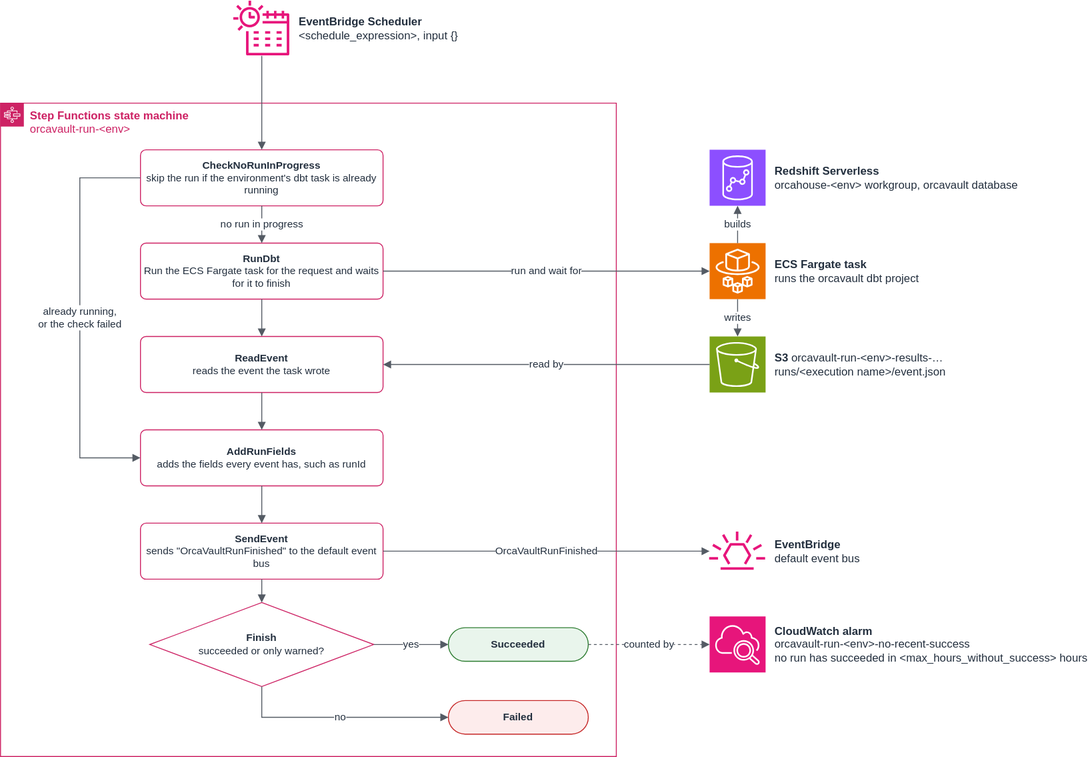
Earlier version of the draw.io export infra/orcavault-run/docs/orcavault-run.drawio.svg (umccr/orcahouse). Source tidied: cells renumbered, new cells last; positions are measured from the earlier drawing's top-left corner, leaving out a move shared by most shapes.
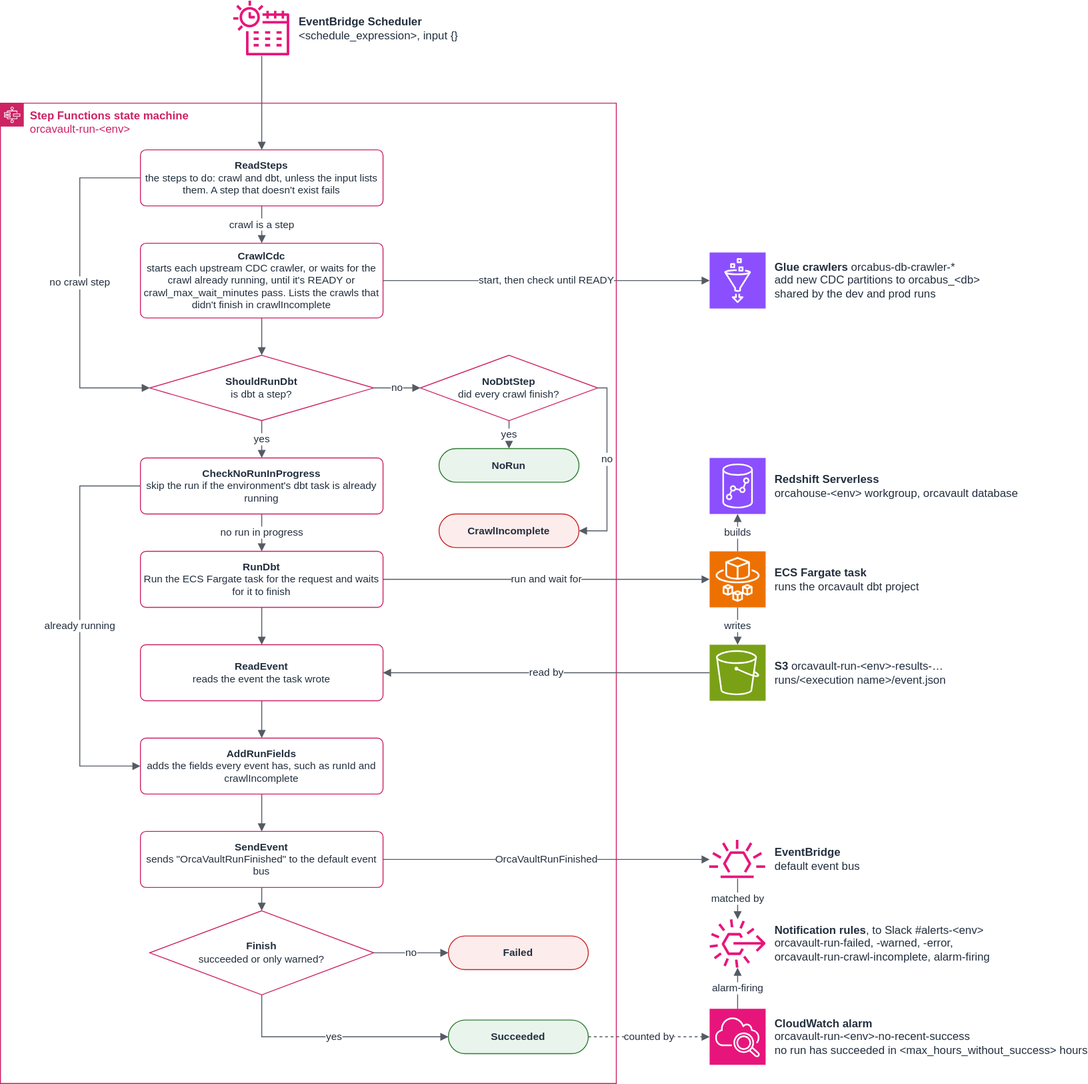
After the commit.

Commit message:
refactor: rename the incomplete crawls to crawl-incomplete and update the run diagram

What changed in the source:
```diff
@@ -3,43 +3,92 @@
     <mxCell id="0" />
     <mxCell id="1" parent="0" />
     <mxCell id="2" value="&lt;b&gt;EventBridge Scheduler&lt;/b&gt;&lt;br&gt;&amp;lt;schedule_expression&amp;gt;, input {}" style="sketch=0;outlineConnect=0;fontColor=#232F3E;gradientColor=none;fillColor=#E7157B;strokeColor=none;dashed=0;labelPosition=right;verticalLabelPosition=middle;align=left;verticalAlign=middle;spacingLeft=8;html=1;fontSize=12;fontStyle=0;shape=mxgraph.aws4.eventbridge_scheduler;" parent="1" vertex="1">
-      <mxGeometry x="250" width="60" height="60" as="geometry" />
+      <mxGeometry x="250" y="-330" width="60" height="60" as="geometry" />
     </mxCell>
     <mxCell id="3" value="&lt;b&gt;Step Functions state machine&lt;/b&gt;&lt;br&gt;orcavault-run-&amp;lt;env&amp;gt;" style="gradientColor=none;html=1;whiteSpace=wrap;fontSize=12;fontStyle=0;shape=mxgraph.aws4.group;grIcon=mxgraph.aws4.group_aws_step_functions_workflow;strokeColor=#CD2264;fillColor=none;verticalAlign=top;align=left;spacingLeft=30;fontColor=#CD2264;dashed=0;" parent="1" vertex="1">
-      <mxGeometry y="110" width="660" height="700" as="geometry" />
+      <mxGeometry y="-220" width="660" height="1050" as="geometry" />
     </mxCell>
+    <mxCell id="32" value="&lt;b&gt;ReadSteps&lt;/b&gt;&lt;br&gt;the steps to do: crawl and dbt, unless the input lists them. A step that doesn't exist fails" style="rounded=1;whiteSpace=wrap;html=1;arcSize=10;fillColor=#FFFFFF;strokeColor=#CD2264;fontColor=#232F3E;fontSize=11;" parent="3" vertex="1">
+      <mxGeometry x="150" y="50" width="260" height="60" as="geometry" />
+    </mxCell>
+    <mxCell id="33" value="&lt;b&gt;CrawlCdc&lt;/b&gt;&lt;br&gt;starts each upstream CDC crawler, or waits for the crawl already running, until it's READY or crawl_max_wait_minutes pass. Lists the crawls that didn't finish in crawlIncomplete" style="rounded=1;whiteSpace=wrap;html=1;arcSize=10;fillColor=#FFFFFF;strokeColor=#CD2264;fontColor=#232F3E;fontSize=11;" parent="3" vertex="1">
+      <mxGeometry x="150" y="150" width="260" height="80" as="geometry" />
+    </mxCell>
+    <mxCell id="34" value="&lt;b&gt;ShouldRunDbt&lt;/b&gt;&lt;br&gt;is dbt a step?" style="rhombus;whiteSpace=wrap;html=1;fillColor=#FFFFFF;strokeColor=#CD2264;fontColor=#232F3E;fontSize=11;" parent="3" vertex="1">
+      <mxGeometry x="160" y="270" width="240" height="70" as="geometry" />
+    </mxCell>
+    <mxCell id="35" value="&lt;b&gt;NoDbtStep&lt;/b&gt;&lt;br&gt;did every crawl finish?" style="rhombus;whiteSpace=wrap;html=1;fillColor=#FFFFFF;strokeColor=#CD2264;fontColor=#232F3E;fontSize=11;" parent="3" vertex="1">
+      <mxGeometry x="450" y="270" width="190" height="70" as="geometry" />
+    </mxCell>
+    <mxCell id="36" value="NoRun" style="rounded=1;arcSize=50;whiteSpace=wrap;html=1;fillColor=#E9F5EC;strokeColor=#2E7D32;fontColor=#232F3E;fontSize=11;fontStyle=1;" parent="3" vertex="1">
+      <mxGeometry x="470" y="370" width="150" height="36" as="geometry" />
+    </mxCell>
+    <mxCell id="37" value="CrawlIncomplete" style="rounded=1;arcSize=50;whiteSpace=wrap;html=1;fillColor=#FDECEC;strokeColor=#C62828;fontColor=#232F3E;fontSize=11;fontStyle=1;" parent="3" vertex="1">
+      <mxGeometry x="470" y="440" width="150" height="36" as="geometry" />
+    </mxCell>
     <mxCell id="4" value="&lt;b&gt;CheckNoRunInProgress&lt;/b&gt;&lt;br&gt;skip the run if the environment's dbt task is already running" style="rounded=1;whiteSpace=wrap;html=1;arcSize=10;fillColor=#FFFFFF;strokeColor=#CD2264;fontColor=#232F3E;fontSize=11;" parent="3" vertex="1">
-      <mxGeometry x="150" y="50" width="260" height="60" as="geometry" />
+      <mxGeometry x="150" y="380" width="260" height="60" as="geometry" />
     </mxCell>
     <mxCell id="5" value="&lt;b&gt;RunDbt&lt;/b&gt;&lt;br&gt;Run the ECS Fargate task for the request and waits for it to finish" style="rounded=1;whiteSpace=wrap;html=1;arcSize=10;fillColor=#FFFFFF;strokeColor=#CD2264;fontColor=#232F3E;fontSize=11;" parent="3" vertex="1">
-      <mxGeometry x="150" y="150" width="260" height="60" as="geometry" />
+      <mxGeometry x="150" y="480" width="260" height="60" as="geometry" />
     </mxCell>
     <mxCell id="6" value="&lt;b&gt;ReadEvent&lt;/b&gt;&lt;br&gt;reads the event the task wrote" style="rounded=1;whiteSpace=wrap;html=1;arcSize=10;fillColor=#FFFFFF;strokeColor=#CD2264;fontColor=#232F3E;fontSize=11;" parent="3" vertex="1">
-      <mxGeometry x="150" y="250" width="260" height="60" as="geometry" />
+      <mxGeometry x="150" y="580" width="260" height="60" as="geometry" />
     </mxCell>
-    <mxCell id="7" value="&lt;b&gt;AddRunFields&lt;/b&gt;&lt;br&gt;adds the fields every event has, such as runId" style="rounded=1;whiteSpace=wrap;html=1;arcSize=10;fillColor=#FFFFFF;strokeColor=#CD2264;fontColor=#232F3E;fontSize=11;" parent="3" vertex="1">
-      <mxGeometry x="150" y="350" width="260" height="60" as="geometry" />
+    <mxCell id="7" value="&lt;b&gt;AddRunFields&lt;/b&gt;&lt;br&gt;adds the fields every event has, such as runId and crawlIncomplete" style="rounded=1;whiteSpace=wrap;html=1;arcSize=10;fillColor=#FFFFFF;strokeColor=#CD2264;fontColor=#232F3E;fontSize=11;" parent="3" vertex="1">
+      <mxGeometry x="150" y="680" width="260" height="60" as="geometry" />
     </mxCell>
     <mxCell id="8" value="&lt;b&gt;SendEvent&lt;/b&gt;&lt;br&gt;sends &quot;OrcaVaultRunFinished&quot; to the default event bus" style="rounded=1;whiteSpace=wrap;html=1;arcSize=10;fillColor=#FFFFFF;strokeColor=#CD2264;fontColor=#232F3E;fontSize=11;" parent="3" vertex="1">
-      <mxGeometry x="150" y="450" width="260" height="60" as="geometry" />
+      <mxGeometry x="150" y="780" width="260" height="60" as="geometry" />
     </mxCell>
     <mxCell id="9" value="&lt;b&gt;Finish&lt;/b&gt;&lt;br&gt;succeeded or only warned?" style="rhombus;whiteSpace=wrap;html=1;fillColor=#FFFFFF;strokeColor=#CD2264;fontColor=#232F3E;fontSize=11;" parent="3" vertex="1">
-      <mxGeometry x="160" y="535" width="240" height="90" as="geometry" />
+      <mxGeometry x="160" y="865" width="240" height="90" as="geometry" />
     </mxCell>
     <mxCell id="10" value="Succeeded" style="rounded=1;arcSize=50;whiteSpace=wrap;html=1;fillColor=#E9F5EC;strokeColor=#2E7D32;fontColor=#232F3E;fontSize=11;fontStyle=1;" parent="3" vertex="1">
-      <mxGeometry x="480" y="562" width="150" height="36" as="geometry" />
+      <mxGeometry x="480" y="982" width="150" height="36" as="geometry" />
     </mxCell>
     <mxCell id="11" value="Failed" style="rounded=1;arcSize=50;whiteSpace=wrap;html=1;fillColor=#FDECEC;strokeColor=#C62828;fontColor=#232F3E;fontSize=11;fontStyle=1;" parent="3" vertex="1">
-      <mxGeometry x="480" y="640" width="150" height="36" as="geometry" />
+      <mxGeometry x="480" y="892" width="150" height="36" as="geometry" />
     </mxCell>
+    <mxCell id="38" value="crawl is a step" style="edgeStyle=orthogonalEdgeStyle;rounded=0;html=1;endArrow=block;endFill=1;strokeColor=#545B64;fontColor=#232F3E;fontSize=11;labelBackgroundColor=#FFFFFF;exitX=0.5;exitY=1;entryX=0.5;entryY=0;" parent="3" edge="1" source="32" target="33">
+      <mxGeometry relative="1" as="geometry" />
+    </mxCell>
+    <mxCell id="39" value="no crawl step" style="edgeStyle=orthogonalEdgeStyle;rounded=0;html=1;endArrow=block;endFill=1;strokeColor=#545B64;fontColor=#232F3E;fontSize=11;labelBackgroundColor=#FFFFFF;exitX=0;exitY=0.5;entryX=0;entryY=0.5;" parent="3" edge="1" source="32" target="34">
+      <mxGeometry relative="1" as="geometry">
+        <Array as="points">
+          <mxPoint x="85" y="80" />
+          <mxPoint x="85" y="305" />
+        </Array>
+      </mxGeometry>
+    </mxCell>
+    <mxCell id="40" style="edgeStyle=orthogonalEdgeStyle;rounded=0;html=1;endArrow=block;endFill=1;strokeColor=#545B64;fontColor=#232F3E;fontSize=11;labelBackgroundColor=#FFFFFF;exitX=0.5;exitY=1;entryX=0.5;entryY=0;" parent="3" edge="1" source="33" target="34">
+      <mxGeometry relative="1" as="geometry" />
+    </mxCell>
+    <mxCell id="41" value="yes" style="edgeStyle=orthogonalEdgeStyle;rounded=0;html=1;endArrow=block;endFill=1;strokeColor=#545B64;fontColor=#232F3E;fontSize=11;labelBackgroundColor=#FFFFFF;exitX=0.5;exitY=1;entryX=0.5;entryY=0;" parent="3" edge="1" source="34" target="4">
+      <mxGeometry relative="1" as="geometry" />
+    </mxCell>
+    <mxCell id="42" value="no" style="edgeStyle=orthogonalEdgeStyle;rounded=0;html=1;endArrow=block;endFill=1;strokeColor=#545B64;fontColor=#232F3E;fontSize=11;labelBackgroundColor=#FFFFFF;exitX=1;exitY=0.5;entryX=0;entryY=0.5;" parent="3" edge="1" source="34" target="35">
+      <mxGeometry relative="1" as="geometry" />
+    </mxCell>
+    <mxCell id="43" value="yes" style="edgeStyle=orthogonalEdgeStyle;rounded=0;html=1;endArrow=block;endFill=1;strokeColor=#545B64;fontColor=#232F3E;fontSize=11;labelBackgroundColor=#FFFFFF;exitX=0.5;exitY=1;entryX=0.5;entryY=0;" parent="3" edge="1" source="35" target="36">
+      <mxGeometry relative="1" as="geometry" />
+    </mxCell>
+    <mxCell id="44" value="no" style="edgeStyle=orthogonalEdgeStyle;rounded=0;html=1;endArrow=block;endFill=1;strokeColor=#545B64;fontColor=#232F3E;fontSize=11;labelBackgroundColor=#FFFFFF;exitX=1;exitY=0.5;entryX=1;entryY=0.5;" parent="3" edge="1" source="35" target="37">
+      <mxGeometry relative="1" as="geometry">
+        <Array as="points">
+          <mxPoint x="650" y="305" />
+          <mxPoint x="650" y="458" />
+        </Array>
+      </mxGeometry>
+    </mxCell>
     <mxCell id="12" value="no run in progress" style="edgeStyle=orthogonalEdgeStyle;rounded=0;html=1;endArrow=block;endFill=1;strokeColor=#545B64;fontColor=#232F3E;fontSize=11;labelBackgroundColor=#FFFFFF;exitX=0.5;exitY=1;entryX=0.5;entryY=0;" parent="3" edge="1" source="4" target="5">
       <mxGeometry relative="1" as="geometry" />
     </mxCell>
-    <mxCell id="13" value="already running,&lt;br&gt;or the check failed" style="edgeStyle=orthogonalEdgeStyle;rounded=0;html=1;endArrow=block;endFill=1;strokeColor=#545B64;fontColor=#232F3E;fontSize=11;labelBackgroundColor=#FFFFFF;exitX=0;exitY=0.5;entryX=0;entryY=0.5;" parent="3" edge="1" source="4" target="7">
+    <mxCell id="13" value="already running" style="edgeStyle=orthogonalEdgeStyle;rounded=0;html=1;endArrow=block;endFill=1;strokeColor=#545B64;fontColor=#232F3E;fontSize=11;labelBackgroundColor=#FFFFFF;exitX=0;exitY=0.5;entryX=0;entryY=0.5;" parent="3" edge="1" source="4" target="7">
       <mxGeometry relative="1" as="geometry">
         <Array as="points">
-          <mxPoint x="85" y="80" />
-          <mxPoint x="85" y="380" />
+          <mxPoint x="85" y="410" />
+          <mxPoint x="85" y="710" />
         </Array>
       </mxGeometry>
     </mxCell>
@@ -55,12 +104,15 @@
     <mxCell id="17" style="edgeStyle=orthogonalEdgeStyle;rounded=0;html=1;endArrow=block;endFill=1;strokeColor=#545B64;fontColor=#232F3E;fontSize=11;labelBackgroundColor=#FFFFFF;exitX=0.5;exitY=1;entryX=0.5;entryY=0;" parent="3" edge="1" source="8" target="9">
       <mxGeometry relative="1" as="geometry" />
     </mxCell>
-    <mxCell id="18" value="yes" style="edgeStyle=orthogonalEdgeStyle;rounded=0;html=1;endArrow=block;endFill=1;strokeColor=#545B64;fontColor=#232F3E;fontSize=11;labelBackgroundColor=#FFFFFF;exitX=1;exitY=0.5;entryX=0;entryY=0.5;" parent="3" edge="1" source="9" target="10">
+    <mxCell id="18" value="yes" style="edgeStyle=orthogonalEdgeStyle;rounded=0;html=1;endArrow=block;endFill=1;strokeColor=#545B64;fontColor=#232F3E;fontSize=11;labelBackgroundColor=#FFFFFF;exitX=0.5;exitY=1;entryX=0;entryY=0.5;" parent="3" edge="1" source="9" target="10">
       <mxGeometry relative="1" as="geometry" />
     </mxCell>
-    <mxCell id="19" value="no" style="edgeStyle=orthogonalEdgeStyle;rounded=0;html=1;endArrow=block;endFill=1;strokeColor=#545B64;fontColor=#232F3E;fontSize=11;labelBackgroundColor=#FFFFFF;exitX=0.5;exitY=1;entryX=0;entryY=0.5;" parent="3" edge="1" source="9" target="11">
+    <mxCell id="19" value="no" style="edgeStyle=orthogonalEdgeStyle;rounded=0;html=1;endArrow=block;endFill=1;strokeColor=#545B64;fontColor=#232F3E;fontSize=11;labelBackgroundColor=#FFFFFF;exitX=1;exitY=0.5;entryX=0;entryY=0.5;" parent="3" edge="1" source="9" target="11">
       <mxGeometry relative="1" as="geometry" />
     </mxCell>
+    <mxCell id="45" value="&lt;b&gt;Glue crawlers&lt;/b&gt; orcabus-db-crawler-*&lt;br&gt;add new CDC partitions to orcabus_&amp;lt;db&amp;gt;&lt;br&gt;shared by the dev and prod runs" style="sketch=0;outlineConnect=0;fontColor=#232F3E;fillColor=#8C4FFF;strokeColor=#ffffff;dashed=0;labelPosition=right;verticalLabelPosition=middle;align=left;verticalAlign=middle;spacingLeft=8;html=1;fontSize=12;fontStyle=0;shape=mxgraph.aws4.resourceIcon;resIcon=mxgraph.aws4.glue;" parent="1" vertex="1">
+      <mxGeometry x="760" y="-60" width="60" height="60" as="geometry" />
+    </mxCell>
     <mxCell id="20" value="&lt;b&gt;Redshift Serverless&lt;/b&gt;&lt;br&gt;orcahouse-&amp;lt;env&amp;gt; workgroup, orcavault database" style="sketch=0;outlineConnect=0;fontColor=#232F3E;fillColor=#8C4FFF;strokeColor=#ffffff;dashed=0;labelPosition=right;verticalLabelPosition=middle;align=left;verticalAlign=middle;spacingLeft=8;html=1;fontSize=12;fontStyle=0;shape=mxgraph.aws4.resourceIcon;resIcon=mxgraph.aws4.redshift;" parent="1" vertex="1">
       <mxGeometry x="760" y="160" width="60" height="60" as="geometry" />
     </mxCell>
@@ -73,12 +125,18 @@
     <mxCell id="23" value="&lt;b&gt;EventBridge&lt;/b&gt;&lt;br&gt;default event bus" style="sketch=0;outlineConnect=0;fontColor=#232F3E;gradientColor=none;fillColor=#E7157B;strokeColor=none;dashed=0;labelPosition=right;verticalLabelPosition=middle;align=left;verticalAlign=middle;spacingLeft=8;html=1;fontSize=12;fontStyle=0;shape=mxgraph.aws4.eventbridge_default_event_bus_resource;" parent="1" vertex="1">
       <mxGeometry x="760" y="569.5" width="60" height="41" as="geometry" />
     </mxCell>
+    <mxCell id="46" value="&lt;b&gt;Notification rules&lt;/b&gt;, to Slack #alerts-&amp;lt;env&amp;gt;&lt;br&gt;orcavault-run-failed, -warned, -error,&lt;br&gt;orcavault-run-crawl-incomplete, alarm-firing" style="sketch=0;outlineConnect=0;fontColor=#232F3E;gradientColor=none;fillColor=#E7157B;strokeColor=none;dashed=0;labelPosition=right;verticalLabelPosition=middle;align=left;verticalAlign=middle;spacingLeft=8;html=1;fontSize=12;fontStyle=0;shape=mxgraph.aws4.rule_3;" parent="1" vertex="1">
+      <mxGeometry x="760" y="654" width="60" height="52" as="geometry" />
+    </mxCell>
     <mxCell id="24" value="&lt;b&gt;CloudWatch alarm&lt;/b&gt;&lt;br&gt;orcavault-run-&amp;lt;env&amp;gt;-no-recent-success&lt;br&gt;no run has succeeded in &amp;lt;max_hours_without_success&amp;gt; hours" style="sketch=0;outlineConnect=0;fontColor=#232F3E;fillColor=#E7157B;strokeColor=#ffffff;dashed=0;labelPosition=right;verticalLabelPosition=middle;align=left;verticalAlign=middle;spacingLeft=8;html=1;fontSize=12;fontStyle=0;shape=mxgraph.aws4.resourceIcon;resIcon=mxgraph.aws4.cloudwatch_2;" parent="1" vertex="1">
-      <mxGeometry x="760" y="660" width="60" height="60" as="geometry" />
+      <mxGeometry x="760" y="750" width="60" height="60" as="geometry" />
     </mxCell>
-    <mxCell id="25" style="edgeStyle=orthogonalEdgeStyle;rounded=0;html=1;endArrow=block;endFill=1;strokeColor=#545B64;fontColor=#232F3E;fontSize=11;labelBackgroundColor=#FFFFFF;exitX=0.5;exitY=1;entryX=0.5;entryY=0;" parent="1" edge="1" source="2" target="4">
-      <mxGeometry relative="1" as="geometry" />
-    </mxCell>
+    <mxCell id="47" style="edgeStyle=orthogonalEdgeStyle;rounded=0;html=1;endArrow=block;endFill=1;strokeColor=#545B64;fontColor=#232F3E;fontSize=11;labelBackgroundColor=#FFFFFF;exitX=0.5;exitY=1;entryX=0.5;entryY=0;" parent="1" edge="1" source="2" target="32">
+      <mxGeometry relative="1" as="geometry" />
+    </mxCell>
+    <mxCell id="48" value="start, then check until READY" style="edgeStyle=orthogonalEdgeStyle;rounded=0;html=1;endArrow=block;endFill=1;strokeColor=#545B64;fontColor=#232F3E;fontSize=11;labelBackgroundColor=#FFFFFF;exitX=1;exitY=0.5;entryX=0;entryY=0.5;" parent="1" edge="1" source="33" target="45">
+      <mxGeometry relative="1" as="geometry" />
+    </mxCell>
     <mxCell id="26" value="run and wait for" style="edgeStyle=orthogonalEdgeStyle;rounded=0;html=1;endArrow=block;endFill=1;strokeColor=#545B64;fontColor=#232F3E;fontSize=11;labelBackgroundColor=#FFFFFF;exitX=1;exitY=0.5;entryX=0;entryY=0.5;" parent="1" edge="1" source="5" target="21">
       <mxGeometry relative="1" as="geometry" />
     </mxCell>
@@ -94,6 +152,12 @@
     <mxCell id="30" value="OrcaVaultRunFinished" style="edgeStyle=orthogonalEdgeStyle;rounded=0;html=1;endArrow=block;endFill=1;strokeColor=#545B64;fontColor=#232F3E;fontSize=11;labelBackgroundColor=#FFFFFF;exitX=1;exitY=0.5;entryX=0;entryY=0.5;" parent="1" edge="1" source="8" target="23">
       <mxGeometry relative="1" as="geometry" />
     </mxCell>
+    <mxCell id="49" value="matched by" style="edgeStyle=orthogonalEdgeStyle;rounded=0;html=1;endArrow=block;endFill=1;strokeColor=#545B64;fontColor=#232F3E;fontSize=11;labelBackgroundColor=#FFFFFF;exitX=0.5;exitY=1;entryX=0.5;entryY=0;" parent="1" edge="1" source="23" target="46">
+      <mxGeometry relative="1" as="geometry" />
+    </mxCell>
+    <mxCell id="50" value="alarm-firing" style="edgeStyle=orthogonalEdgeStyle;rounded=0;html=1;endArrow=block;endFill=1;strokeColor=#545B64;fontColor=#232F3E;fontSize=11;labelBackgroundColor=#FFFFFF;exitX=0.5;exitY=0;entryX=0.5;entryY=1;" parent="1" edge="1" source="24" target="46">
+      <mxGeometry relative="1" as="geometry" />
+    </mxCell>
     <mxCell id="31" value="counted by" style="edgeStyle=orthogonalEdgeStyle;rounded=0;html=1;endArrow=block;endFill=1;strokeColor=#545B64;fontColor=#232F3E;fontSize=11;labelBackgroundColor=#FFFFFF;dashed=1;exitX=1;exitY=0.5;entryX=0;entryY=0.5;" parent="1" edge="1" source="10" target="24">
       <mxGeometry relative="1" as="geometry" />
     </mxCell>
```
